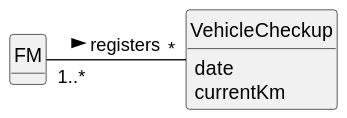
Above: docs/sprintA/us007/02.analysis/svg/us007-domain-model.svg in ricardomm7/leaflink (PlantUML), before the change.
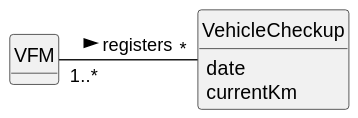
The same diagram one commit later.

Diff of the diagram source:
```diff
@@ -9,7 +9,7 @@
 hide circle
 hide methods
 
-class FM {
+class VFM {
 
 }
 
@@ -19,5 +19,5 @@
 
 }
 
-FM "1..*" - "*" VehicleCheckup : registers >
+VFM "1..*" - "*" VehicleCheckup : registers >
 @enduml
```
